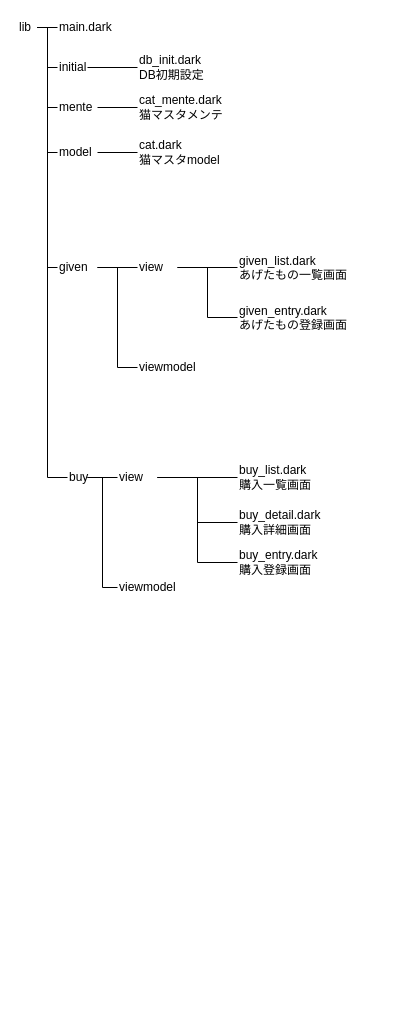
Earlier version of the draw.io diagram page "フォルダ構成" (9 of 10) of allabout.drawio (apricotcomic/nekocan). Source tidied: cells renumbered, new cells numbered last; positions are measured from the earlier drawing's top-left corner, leaving out a move shared by most shapes. Both pictures are drawn from the tidied source at 100%, with x=0, y=0 at pixel (17, 17).
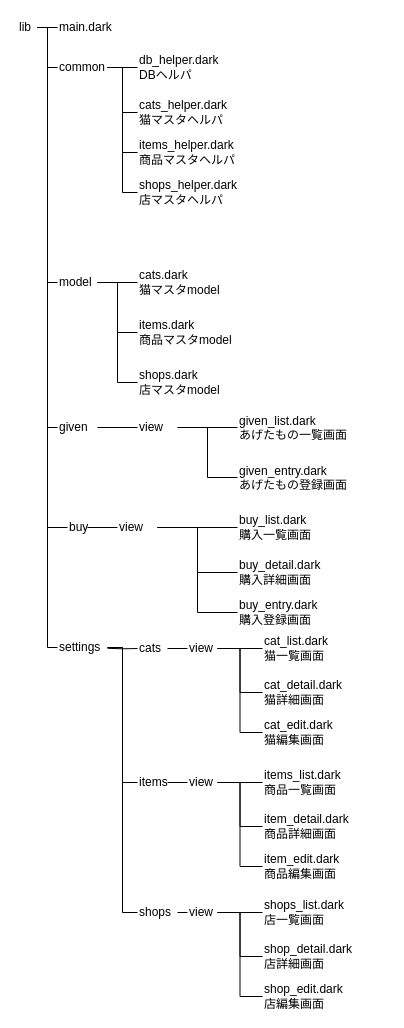
The same page after the edit.

The change refers to these unchanged cells:
```xml
<mxCell id="8" value="lib" style="text;html=1;strokeColor=none;fillColor=none;align=left;verticalAlign=middle;whiteSpace=wrap;rounded=0;" parent="1" vertex="1">
  <mxGeometry width="20" height="20" as="geometry" />
</mxCell>
```

Diff of the diagram source:
```diff
@@
-    <mxCell id="3" style="edgeStyle=orthogonalEdgeStyle;html=1;exitX=1;exitY=0.5;exitDx=0;exitDy=0;entryX=0;entryY=0.5;entryDx=0;entryDy=0;endArrow=none;endFill=0;rounded=0;" parent="1" edge="1" source="8" target="12">
-      <mxGeometry relative="1" as="geometry" />
+    <mxCell id="3" style="edgeStyle=orthogonalEdgeStyle;html=1;entryX=0;entryY=0.5;entryDx=0;entryDy=0;endArrow=none;endFill=0;rounded=0;" parent="1" edge="1" target="12">
+      <mxGeometry relative="1" as="geometry">
+        <mxPoint x="90" y="630.8" as="sourcePoint" />
+      </mxGeometry>
     </mxCell>
     <mxCell id="4" style="edgeStyle=orthogonalEdgeStyle;rounded=0;html=1;exitX=1;exitY=0.5;exitDx=0;exitDy=0;entryX=0;entryY=0.5;entryDx=0;entryDy=0;endArrow=none;endFill=0;" parent="1" edge="1" source="8" target="19">
       <mxGeometry relative="1" as="geometry">
         <Array as="points">
           <mxPoint x="30" y="10" />
-          <mxPoint x="30" y="460" />
+          <mxPoint x="30" y="510" />
         </Array>
       </mxGeometry>
     </mxCell>
@@
+    <mxCell id="39" style="edgeStyle=orthogonalEdgeStyle;html=1;exitX=1;exitY=0.5;exitDx=0;exitDy=0;entryX=0;entryY=0.5;entryDx=0;entryDy=0;endArrow=none;endFill=0;rounded=0;" parent="1" edge="1" source="8" target="48">
+      <mxGeometry relative="1" as="geometry" />
+    </mxCell>
@@
+    <mxCell id="40" style="edgeStyle=orthogonalEdgeStyle;rounded=0;html=1;exitX=1;exitY=0.5;exitDx=0;exitDy=0;entryX=0;entryY=0.5;entryDx=0;entryDy=0;endArrow=none;endFill=0;" parent="1" edge="1" source="10" target="74">
+      <mxGeometry relative="1" as="geometry" />
+    </mxCell>
+    <mxCell id="41" style="edgeStyle=orthogonalEdgeStyle;rounded=0;html=1;exitX=1;exitY=0.5;exitDx=0;exitDy=0;entryX=0;entryY=0.5;entryDx=0;entryDy=0;endArrow=none;endFill=0;" parent="1" edge="1" source="10" target="75">
+      <mxGeometry relative="1" as="geometry" />
+    </mxCell>
+    <mxCell id="42" style="edgeStyle=orthogonalEdgeStyle;rounded=0;html=1;exitX=1;exitY=0.5;exitDx=0;exitDy=0;entryX=0;entryY=0.5;entryDx=0;entryDy=0;endArrow=none;endFill=0;" parent="1" edge="1" source="10" target="76">
+      <mxGeometry relative="1" as="geometry" />
+    </mxCell>
-    <mxCell id="10" value="initial" style="text;html=1;strokeColor=none;fillColor=none;align=left;verticalAlign=middle;whiteSpace=wrap;rounded=0;" parent="1" vertex="1">
-      <mxGeometry x="40" y="40" width="30" height="20" as="geometry" />
+    <mxCell id="10" value="common" style="text;html=1;strokeColor=none;fillColor=none;align=left;verticalAlign=middle;whiteSpace=wrap;rounded=0;" parent="1" vertex="1">
+      <mxGeometry x="40" y="40" width="50" height="20" as="geometry" />
     </mxCell>
-    <mxCell id="11" style="edgeStyle=orthogonalEdgeStyle;rounded=0;html=1;exitX=1;exitY=0.5;exitDx=0;exitDy=0;entryX=0;entryY=0.5;entryDx=0;entryDy=0;endArrow=none;endFill=0;" parent="1" edge="1" source="12" target="14">
+    <mxCell id="11" style="edgeStyle=orthogonalEdgeStyle;rounded=0;html=1;exitX=1;exitY=0.5;exitDx=0;exitDy=0;entryX=0;entryY=0.5;entryDx=0;entryDy=0;endArrow=none;endFill=0;" parent="1" edge="1" source="51" target="14">
       <mxGeometry relative="1" as="geometry" />
     </mxCell>
+    <mxCell id="43" style="edgeStyle=orthogonalEdgeStyle;rounded=0;html=1;exitX=1;exitY=0.5;exitDx=0;exitDy=0;entryX=0;entryY=0.5;entryDx=0;entryDy=0;endArrow=none;endFill=0;" parent="1" edge="1" source="12" target="51">
+      <mxGeometry relative="1" as="geometry" />
+    </mxCell>
-    <mxCell id="12" value="mente" style="text;html=1;strokeColor=none;fillColor=none;align=left;verticalAlign=middle;whiteSpace=wrap;rounded=0;" parent="1" vertex="1">
-      <mxGeometry x="40" y="80" width="40" height="20" as="geometry" />
+    <mxCell id="12" value="cats" style="text;html=1;strokeColor=none;fillColor=none;align=left;verticalAlign=middle;whiteSpace=wrap;rounded=0;" parent="1" vertex="1">
+      <mxGeometry x="120" y="621" width="30" height="20" as="geometry" />
     </mxCell>
-    <mxCell id="13" value="db_init.dark&lt;br&gt;DB初期設定" style="text;html=1;strokeColor=none;fillColor=none;align=left;verticalAlign=middle;whiteSpace=wrap;rounded=0;" parent="1" vertex="1">
-      <mxGeometry x="120" y="35" width="80" height="30" as="geometry" />
+    <mxCell id="13" value="db_helper.dark&lt;br&gt;DBヘルパ" style="text;html=1;strokeColor=none;fillColor=none;align=left;verticalAlign=middle;whiteSpace=wrap;rounded=0;" parent="1" vertex="1">
+      <mxGeometry x="120" y="35" width="130" height="30" as="geometry" />
     </mxCell>
-    <mxCell id="14" value="cat_mente.dark&lt;br&gt;猫マスタメンテ" style="text;html=1;strokeColor=none;fillColor=none;align=left;verticalAlign=middle;whiteSpace=wrap;rounded=0;" parent="1" vertex="1">
-      <mxGeometry x="120" y="75" width="100" height="30" as="geometry" />
+    <mxCell id="14" value="cat_list.dark&lt;br&gt;猫一覧画面" style="text;html=1;strokeColor=none;fillColor=none;align=left;verticalAlign=middle;whiteSpace=wrap;rounded=0;" parent="1" vertex="1">
+      <mxGeometry x="245" y="616" width="100" height="30" as="geometry" />
     </mxCell>
@@
-    <mxCell id="18" style="edgeStyle=orthogonalEdgeStyle;rounded=0;html=1;exitX=1;exitY=0.5;exitDx=0;exitDy=0;entryX=0;entryY=0.5;entryDx=0;entryDy=0;endArrow=none;endFill=0;" parent="1" edge="1" source="19" target="38">
-      <mxGeometry relative="1" as="geometry" />
-    </mxCell>
     <mxCell id="19" value="buy" style="text;html=1;strokeColor=none;fillColor=none;align=left;verticalAlign=middle;whiteSpace=wrap;rounded=0;" parent="1" vertex="1">
-      <mxGeometry x="50" y="450" width="20" height="20" as="geometry" />
+      <mxGeometry x="50" y="500" width="20" height="20" as="geometry" />
     </mxCell>
     <mxCell id="20" value="given_list.dark&lt;br&gt;あげたもの一覧画面" style="text;html=1;strokeColor=none;fillColor=none;align=left;verticalAlign=top;whiteSpace=wrap;rounded=0;" parent="1" vertex="1">
-      <mxGeometry x="220" y="230" width="120" height="40" as="geometry" />
+      <mxGeometry x="220" y="390" width="120" height="40" as="geometry" />
     </mxCell>
     <mxCell id="21" value="buy_list.dark&lt;br&gt;購入一覧画面" style="text;html=1;strokeColor=none;fillColor=none;align=left;verticalAlign=middle;whiteSpace=wrap;rounded=0;" parent="1" vertex="1">
-      <mxGeometry x="220" y="445" width="150" height="30" as="geometry" />
+      <mxGeometry x="220" y="495" width="150" height="30" as="geometry" />
     </mxCell>
@@
+    <mxCell id="44" style="edgeStyle=orthogonalEdgeStyle;rounded=0;html=1;exitX=1;exitY=0.5;exitDx=0;exitDy=0;entryX=0;entryY=0.5;entryDx=0;entryDy=0;endArrow=none;endFill=0;" parent="1" edge="1" source="24" target="72">
+      <mxGeometry relative="1" as="geometry" />
+    </mxCell>
+    <mxCell id="45" style="edgeStyle=orthogonalEdgeStyle;rounded=0;html=1;exitX=1;exitY=0.5;exitDx=0;exitDy=0;entryX=0;entryY=0.5;entryDx=0;entryDy=0;endArrow=none;endFill=0;" parent="1" edge="1" source="24" target="73">
+      <mxGeometry relative="1" as="geometry" />
+    </mxCell>
     <mxCell id="24" value="model" style="text;html=1;strokeColor=none;fillColor=none;align=left;verticalAlign=middle;whiteSpace=wrap;rounded=0;" parent="1" vertex="1">
-      <mxGeometry x="40" y="125" width="40" height="20" as="geometry" />
+      <mxGeometry x="40" y="255" width="40" height="20" as="geometry" />
     </mxCell>
-    <mxCell id="25" value="cat.dark&lt;br&gt;猫マスタmodel" style="text;html=1;strokeColor=none;fillColor=none;align=left;verticalAlign=middle;whiteSpace=wrap;rounded=0;" parent="1" vertex="1">
-      <mxGeometry x="120" y="120" width="100" height="30" as="geometry" />
+    <mxCell id="25" value="cats.dark&lt;br&gt;猫マスタmodel" style="text;html=1;strokeColor=none;fillColor=none;align=left;verticalAlign=middle;whiteSpace=wrap;rounded=0;" parent="1" vertex="1">
+      <mxGeometry x="120" y="250" width="100" height="30" as="geometry" />
     </mxCell>
     <mxCell id="26" value="buy_entry.dark&lt;br&gt;購入登録画面" style="text;html=1;strokeColor=none;fillColor=none;align=left;verticalAlign=middle;whiteSpace=wrap;rounded=0;" parent="1" vertex="1">
-      <mxGeometry x="220" y="530" width="150" height="30" as="geometry" />
+      <mxGeometry x="220" y="580" width="150" height="30" as="geometry" />
     </mxCell>
@@
-    <mxCell id="28" style="edgeStyle=orthogonalEdgeStyle;rounded=0;html=1;exitX=1;exitY=0.5;exitDx=0;exitDy=0;entryX=0;entryY=0.5;entryDx=0;entryDy=0;endArrow=none;endFill=0;" parent="1" edge="1" source="29" target="33">
-      <mxGeometry relative="1" as="geometry" />
-    </mxCell>
     <mxCell id="29" value="given" style="text;html=1;strokeColor=none;fillColor=none;align=left;verticalAlign=middle;whiteSpace=wrap;rounded=0;" parent="1" vertex="1">
-      <mxGeometry x="40" y="240" width="40" height="20" as="geometry" />
+      <mxGeometry x="40" y="400" width="40" height="20" as="geometry" />
     </mxCell>
@@
     <mxCell id="32" value="view" style="text;html=1;strokeColor=none;fillColor=none;align=left;verticalAlign=middle;whiteSpace=wrap;rounded=0;" parent="1" vertex="1">
-      <mxGeometry x="120" y="240" width="40" height="20" as="geometry" />
+      <mxGeometry x="120" y="400" width="40" height="20" as="geometry" />
     </mxCell>
-    <mxCell id="33" value="viewmodel" style="text;html=1;strokeColor=none;fillColor=none;align=left;verticalAlign=middle;whiteSpace=wrap;rounded=0;" parent="1" vertex="1">
-      <mxGeometry x="120" y="340" width="60" height="20" as="geometry" />
-    </mxCell>
     <mxCell id="34" value="given_entry.dark&lt;br&gt;あげたもの登録画面" style="text;html=1;strokeColor=none;fillColor=none;align=left;verticalAlign=top;whiteSpace=wrap;rounded=0;" parent="1" vertex="1">
-      <mxGeometry x="220" y="280" width="120" height="40" as="geometry" />
+      <mxGeometry x="220" y="440" width="120" height="40" as="geometry" />
     </mxCell>
@@
     <mxCell id="36" value="view" style="text;html=1;strokeColor=none;fillColor=none;align=left;verticalAlign=middle;whiteSpace=wrap;rounded=0;" parent="1" vertex="1">
-      <mxGeometry x="100" y="450" width="40" height="20" as="geometry" />
+      <mxGeometry x="100" y="500" width="40" height="20" as="geometry" />
     </mxCell>
     <mxCell id="37" value="buy_detail.dark&lt;br&gt;購入詳細画面" style="text;html=1;strokeColor=none;fillColor=none;align=left;verticalAlign=middle;whiteSpace=wrap;rounded=0;" parent="1" vertex="1">
-      <mxGeometry x="220" y="490" width="150" height="30" as="geometry" />
+      <mxGeometry x="220" y="540" width="150" height="30" as="geometry" />
     </mxCell>
-    <mxCell id="38" value="viewmodel" style="text;html=1;strokeColor=none;fillColor=none;align=left;verticalAlign=middle;whiteSpace=wrap;rounded=0;" parent="1" vertex="1">
-      <mxGeometry x="100" y="560" width="60" height="20" as="geometry" />
-    </mxCell>
+    <mxCell id="46" style="edgeStyle=orthogonalEdgeStyle;rounded=0;html=1;exitX=1;exitY=0.5;exitDx=0;exitDy=0;entryX=0;entryY=0.5;entryDx=0;entryDy=0;endArrow=none;endFill=0;" parent="1" edge="1" source="48" target="55">
+      <mxGeometry relative="1" as="geometry" />
+    </mxCell>
+    <mxCell id="47" style="edgeStyle=orthogonalEdgeStyle;html=1;exitX=1;exitY=0.5;exitDx=0;exitDy=0;entryX=0;entryY=0.5;entryDx=0;entryDy=0;rounded=0;endArrow=none;endFill=0;" parent="1" edge="1" source="48" target="64">
+      <mxGeometry relative="1" as="geometry" />
+    </mxCell>
+    <mxCell id="48" value="settings" style="text;html=1;strokeColor=none;fillColor=none;align=left;verticalAlign=middle;whiteSpace=wrap;rounded=0;" parent="1" vertex="1">
+      <mxGeometry x="40" y="620" width="50" height="20" as="geometry" />
+    </mxCell>
+    <mxCell id="49" style="edgeStyle=orthogonalEdgeStyle;rounded=0;html=1;exitX=1;exitY=0.5;exitDx=0;exitDy=0;entryX=0;entryY=0.5;entryDx=0;entryDy=0;endArrow=none;endFill=0;" parent="1" edge="1" source="51" target="52">
+      <mxGeometry relative="1" as="geometry" />
+    </mxCell>
+    <mxCell id="50" style="edgeStyle=orthogonalEdgeStyle;rounded=0;html=1;exitX=1;exitY=0.5;exitDx=0;exitDy=0;entryX=0;entryY=0.5;entryDx=0;entryDy=0;endArrow=none;endFill=0;" parent="1" edge="1" source="51" target="53">
+      <mxGeometry relative="1" as="geometry" />
+    </mxCell>
+    <mxCell id="51" value="view" style="text;html=1;strokeColor=none;fillColor=none;align=left;verticalAlign=middle;whiteSpace=wrap;rounded=0;" parent="1" vertex="1">
+      <mxGeometry x="170" y="621" width="30" height="20" as="geometry" />
+    </mxCell>
+    <mxCell id="52" value="cat_detail.dark&lt;br&gt;猫詳細画面" style="text;html=1;strokeColor=none;fillColor=none;align=left;verticalAlign=middle;whiteSpace=wrap;rounded=0;" parent="1" vertex="1">
+      <mxGeometry x="245" y="660" width="100" height="30" as="geometry" />
+    </mxCell>
+    <mxCell id="53" value="cat_edit.dark&lt;br&gt;猫編集画面" style="text;html=1;strokeColor=none;fillColor=none;align=left;verticalAlign=middle;whiteSpace=wrap;rounded=0;" parent="1" vertex="1">
+      <mxGeometry x="245" y="700" width="100" height="30" as="geometry" />
+    </mxCell>
+    <mxCell id="54" style="edgeStyle=orthogonalEdgeStyle;rounded=0;html=1;exitX=1;exitY=0.5;exitDx=0;exitDy=0;entryX=0;entryY=0.5;entryDx=0;entryDy=0;endArrow=none;endFill=0;" parent="1" edge="1" source="55" target="59">
+      <mxGeometry relative="1" as="geometry" />
+    </mxCell>
+    <mxCell id="55" value="items" style="text;html=1;strokeColor=none;fillColor=none;align=left;verticalAlign=middle;whiteSpace=wrap;rounded=0;" parent="1" vertex="1">
+      <mxGeometry x="120" y="755" width="30" height="20" as="geometry" />
+    </mxCell>
+    <mxCell id="56" style="edgeStyle=orthogonalEdgeStyle;rounded=0;html=1;exitX=1;exitY=0.5;exitDx=0;exitDy=0;entryX=0;entryY=0.5;entryDx=0;entryDy=0;endArrow=none;endFill=0;" parent="1" edge="1" source="59" target="60">
+      <mxGeometry relative="1" as="geometry" />
+    </mxCell>
+    <mxCell id="57" style="edgeStyle=orthogonalEdgeStyle;rounded=0;html=1;entryX=0;entryY=0.5;entryDx=0;entryDy=0;endArrow=none;endFill=0;exitX=1;exitY=0.5;exitDx=0;exitDy=0;" parent="1" edge="1" source="59" target="61">
+      <mxGeometry relative="1" as="geometry" />
+    </mxCell>
+    <mxCell id="58" style="edgeStyle=orthogonalEdgeStyle;rounded=0;html=1;exitX=1;exitY=0.5;exitDx=0;exitDy=0;entryX=0;entryY=0.5;entryDx=0;entryDy=0;endArrow=none;endFill=0;" parent="1" edge="1" source="59" target="62">
+      <mxGeometry relative="1" as="geometry" />
+    </mxCell>
+    <mxCell id="59" value="view" style="text;html=1;strokeColor=none;fillColor=none;align=left;verticalAlign=middle;whiteSpace=wrap;rounded=0;" parent="1" vertex="1">
+      <mxGeometry x="170" y="755" width="30" height="20" as="geometry" />
+    </mxCell>
+    <mxCell id="60" value="items_list.dark&lt;br&gt;商品一覧画面" style="text;html=1;strokeColor=none;fillColor=none;align=left;verticalAlign=middle;whiteSpace=wrap;rounded=0;" parent="1" vertex="1">
+      <mxGeometry x="245" y="750" width="100" height="30" as="geometry" />
+    </mxCell>
+    <mxCell id="61" value="item_detail.dark&lt;br&gt;商品詳細画面" style="text;html=1;strokeColor=none;fillColor=none;align=left;verticalAlign=middle;whiteSpace=wrap;rounded=0;" parent="1" vertex="1">
+      <mxGeometry x="245" y="794" width="100" height="30" as="geometry" />
+    </mxCell>
+    <mxCell id="62" value="item_edit.dark&lt;br&gt;商品編集画面" style="text;html=1;strokeColor=none;fillColor=none;align=left;verticalAlign=middle;whiteSpace=wrap;rounded=0;" parent="1" vertex="1">
+      <mxGeometry x="245" y="834" width="100" height="30" as="geometry" />
+    </mxCell>
+    <mxCell id="63" style="edgeStyle=orthogonalEdgeStyle;rounded=0;html=1;exitX=1;exitY=0.5;exitDx=0;exitDy=0;entryX=0;entryY=0.5;entryDx=0;entryDy=0;endArrow=none;endFill=0;" parent="1" edge="1" source="64" target="68">
+      <mxGeometry relative="1" as="geometry" />
+    </mxCell>
+    <mxCell id="64" value="shops" style="text;html=1;strokeColor=none;fillColor=none;align=left;verticalAlign=middle;whiteSpace=wrap;rounded=0;" parent="1" vertex="1">
+      <mxGeometry x="120" y="885" width="40" height="20" as="geometry" />
+    </mxCell>
+    <mxCell id="65" style="edgeStyle=orthogonalEdgeStyle;rounded=0;html=1;exitX=1;exitY=0.5;exitDx=0;exitDy=0;entryX=0;entryY=0.5;entryDx=0;entryDy=0;endArrow=none;endFill=0;" parent="1" edge="1" source="68" target="69">
+      <mxGeometry relative="1" as="geometry" />
+    </mxCell>
+    <mxCell id="66" style="edgeStyle=orthogonalEdgeStyle;rounded=0;html=1;exitX=1;exitY=0.5;exitDx=0;exitDy=0;entryX=0;entryY=0.5;entryDx=0;entryDy=0;endArrow=none;endFill=0;" parent="1" edge="1" source="68" target="70">
+      <mxGeometry relative="1" as="geometry" />
+    </mxCell>
+    <mxCell id="67" style="edgeStyle=orthogonalEdgeStyle;rounded=0;html=1;exitX=1;exitY=0.5;exitDx=0;exitDy=0;entryX=0;entryY=0.5;entryDx=0;entryDy=0;endArrow=none;endFill=0;" parent="1" edge="1" source="68" target="71">
+      <mxGeometry relative="1" as="geometry" />
+    </mxCell>
+    <mxCell id="68" value="view" style="text;html=1;strokeColor=none;fillColor=none;align=left;verticalAlign=middle;whiteSpace=wrap;rounded=0;" parent="1" vertex="1">
+      <mxGeometry x="170" y="885" width="30" height="20" as="geometry" />
+    </mxCell>
+    <mxCell id="69" value="shops_list.dark&lt;br&gt;店一覧画面" style="text;html=1;strokeColor=none;fillColor=none;align=left;verticalAlign=middle;whiteSpace=wrap;rounded=0;" parent="1" vertex="1">
+      <mxGeometry x="245" y="880" width="100" height="30" as="geometry" />
+    </mxCell>
+    <mxCell id="70" value="shop_detail.dark&lt;br&gt;店詳細画面" style="text;html=1;strokeColor=none;fillColor=none;align=left;verticalAlign=middle;whiteSpace=wrap;rounded=0;" parent="1" vertex="1">
+      <mxGeometry x="245" y="924" width="100" height="30" as="geometry" />
+    </mxCell>
+    <mxCell id="71" value="shop_edit.dark&lt;br&gt;店編集画面" style="text;html=1;strokeColor=none;fillColor=none;align=left;verticalAlign=middle;whiteSpace=wrap;rounded=0;" parent="1" vertex="1">
+      <mxGeometry x="245" y="964" width="100" height="30" as="geometry" />
+    </mxCell>
+    <mxCell id="72" value="items.dark&lt;br&gt;商品マスタmodel" style="text;html=1;strokeColor=none;fillColor=none;align=left;verticalAlign=middle;whiteSpace=wrap;rounded=0;" parent="1" vertex="1">
+      <mxGeometry x="120" y="300" width="100" height="30" as="geometry" />
+    </mxCell>
+    <mxCell id="73" value="shops.dark&lt;br&gt;店マスタmodel" style="text;html=1;strokeColor=none;fillColor=none;align=left;verticalAlign=middle;whiteSpace=wrap;rounded=0;" parent="1" vertex="1">
+      <mxGeometry x="120" y="350" width="100" height="30" as="geometry" />
+    </mxCell>
+    <mxCell id="74" value="cats_helper.dark&lt;br&gt;猫マスタヘルパ" style="text;html=1;strokeColor=none;fillColor=none;align=left;verticalAlign=middle;whiteSpace=wrap;rounded=0;" parent="1" vertex="1">
+      <mxGeometry x="120" y="80" width="130" height="30" as="geometry" />
+    </mxCell>
+    <mxCell id="75" value="items_helper.dark&lt;br&gt;商品マスタヘルパ" style="text;html=1;strokeColor=none;fillColor=none;align=left;verticalAlign=middle;whiteSpace=wrap;rounded=0;" parent="1" vertex="1">
+      <mxGeometry x="120" y="120" width="130" height="30" as="geometry" />
+    </mxCell>
+    <mxCell id="76" value="shops_helper.dark&lt;br&gt;店マスタヘルパ" style="text;html=1;strokeColor=none;fillColor=none;align=left;verticalAlign=middle;whiteSpace=wrap;rounded=0;" parent="1" vertex="1">
+      <mxGeometry x="120" y="160" width="130" height="30" as="geometry" />
+    </mxCell>
```
